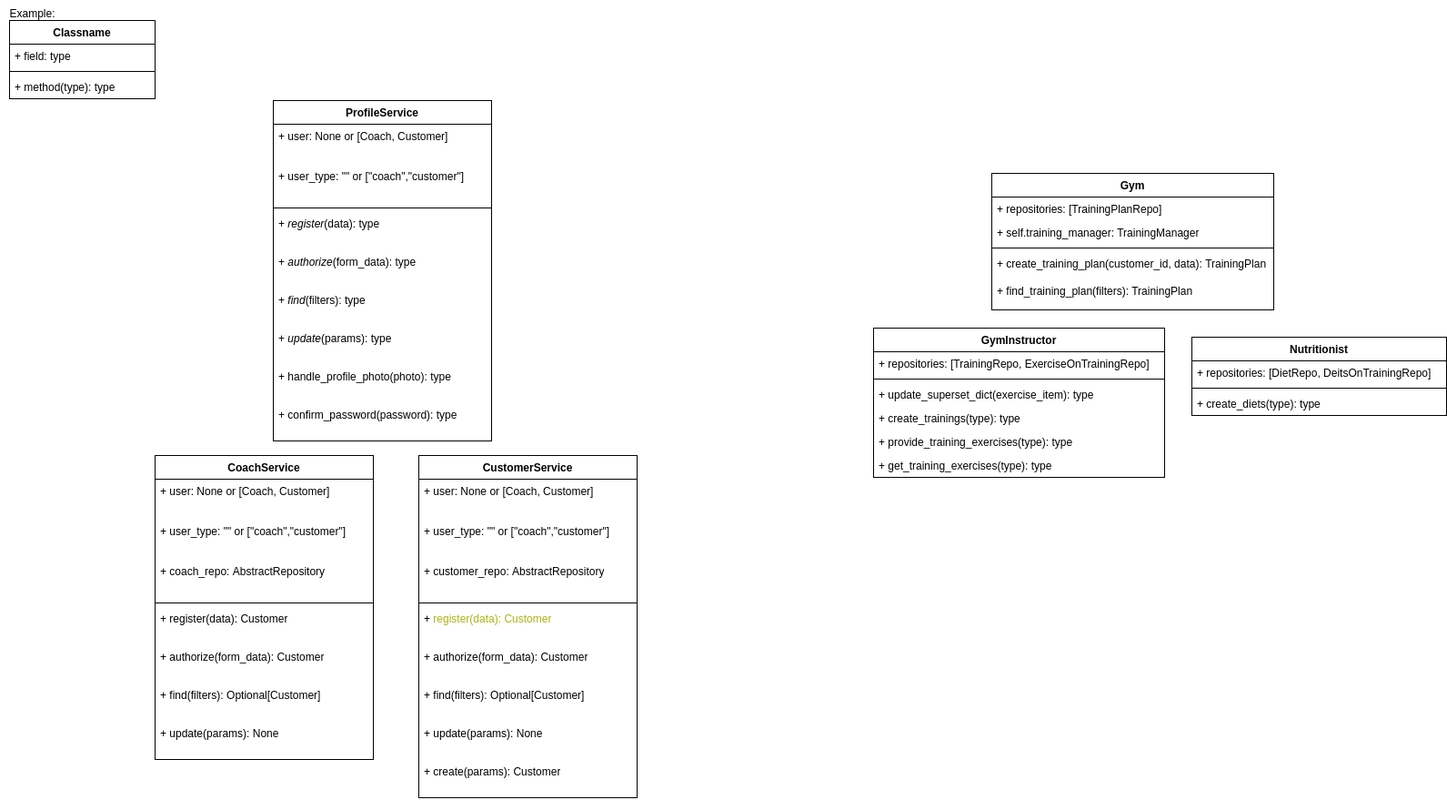
This is backend_architecture.drawio.png from baydinvladislav/as-coach, a draw.io export, as it was before one commit. Source tidied: cells renumbered, new cells last; positions are measured from the earlier drawing's top-left corner, leaving out a move shared by most shapes.
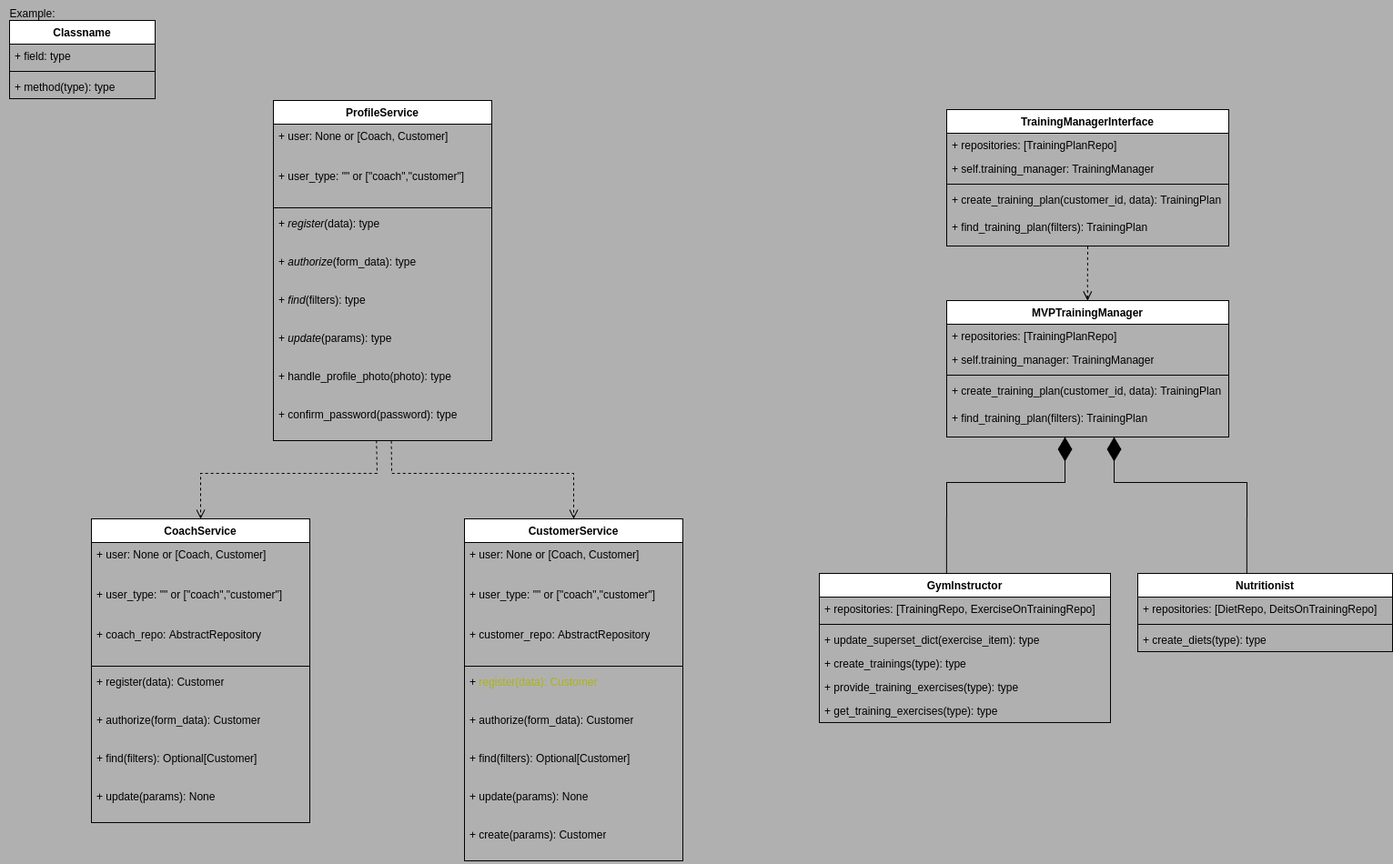
After the commit.

What changed in the source:
```diff
@@ -1,4 +1,4 @@
-<mxGraphModel>
+<mxGraphModel background="#B0B0B0">
   <root>
     <mxCell id="0" />
     <mxCell id="1" parent="0" />
@@ -47,8 +47,8 @@
     <mxCell id="16" value="+&amp;nbsp;confirm_password&lt;span style=&quot;background-color: initial;&quot;&gt;(password): type&lt;/span&gt;" style="text;strokeColor=none;fillColor=none;align=left;verticalAlign=top;spacingLeft=4;spacingRight=4;overflow=hidden;points=[[0,0.5],[1,0.5]];portConstraint=eastwest;whiteSpace=wrap;html=1;labelBackgroundColor=none;" parent="7" vertex="1">
       <mxGeometry y="332" width="240" height="42" as="geometry" />
     </mxCell>
-    <mxCell id="17" value="Gym" style="swimlane;fontStyle=1;align=center;verticalAlign=top;horizontal=1;startSize=26;whiteSpace=wrap;html=1;labelBackgroundColor=none;" parent="1" vertex="1">
-      <mxGeometry x="1090" y="190" width="310" height="150" as="geometry" />
+    <mxCell id="17" value="MVPTrainingManager" style="swimlane;fontStyle=1;align=center;verticalAlign=top;horizontal=1;startSize=26;whiteSpace=wrap;html=1;labelBackgroundColor=none;" parent="1" vertex="1">
+      <mxGeometry x="1040" y="330" width="310" height="150" as="geometry" />
     </mxCell>
     <mxCell id="18" value="+ repositories: [TrainingPlanRepo]" style="text;strokeColor=none;fillColor=none;align=left;verticalAlign=top;spacingLeft=4;spacingRight=4;overflow=hidden;whiteSpace=wrap;html=1;labelBackgroundColor=none;" parent="17" vertex="1">
       <mxGeometry y="26" width="310" height="26" as="geometry" />
@@ -66,7 +66,7 @@
       <mxGeometry y="116" width="310" height="34" as="geometry" />
     </mxCell>
     <mxCell id="23" value="Nutritionist" style="swimlane;fontStyle=1;align=center;verticalAlign=top;horizontal=1;startSize=26;whiteSpace=wrap;html=1;labelBackgroundColor=none;" parent="1" vertex="1">
-      <mxGeometry x="1310" y="370" width="280" height="86" as="geometry" />
+      <mxGeometry x="1250" y="630" width="280" height="86" as="geometry" />
     </mxCell>
     <mxCell id="24" value="+ repositories: [DietRepo, DeitsOnTrainingRepo]" style="text;strokeColor=none;fillColor=none;align=left;verticalAlign=top;spacingLeft=4;spacingRight=4;overflow=hidden;whiteSpace=wrap;html=1;labelBackgroundColor=none;" parent="23" vertex="1">
       <mxGeometry y="26" width="280" height="26" as="geometry" />
@@ -78,7 +78,7 @@
       <mxGeometry y="60" width="280" height="26" as="geometry" />
     </mxCell>
     <mxCell id="27" value="CoachService" style="swimlane;fontStyle=1;align=center;verticalAlign=top;horizontal=1;startSize=26;whiteSpace=wrap;html=1;labelBackgroundColor=none;" parent="1" vertex="1">
-      <mxGeometry x="170" y="500" width="240" height="334" as="geometry" />
+      <mxGeometry x="100" y="570" width="240" height="334" as="geometry" />
     </mxCell>
     <mxCell id="28" value="+&amp;nbsp;user&lt;span style=&quot;background-color: initial;&quot;&gt;: None or [Coach, Customer]&lt;/span&gt;" style="text;strokeColor=none;fillColor=none;align=left;verticalAlign=top;spacingLeft=4;spacingRight=4;overflow=hidden;whiteSpace=wrap;html=1;labelBackgroundColor=none;" parent="27" vertex="1">
       <mxGeometry y="26" width="240" height="44" as="geometry" />
@@ -105,7 +105,7 @@
       <mxGeometry y="292" width="240" height="42" as="geometry" />
     </mxCell>
     <mxCell id="36" value="CustomerService" style="swimlane;fontStyle=1;align=center;verticalAlign=top;horizontal=1;startSize=26;whiteSpace=wrap;html=1;labelBackgroundColor=none;" parent="1" vertex="1">
-      <mxGeometry x="460" y="500" width="240" height="376" as="geometry" />
+      <mxGeometry x="510" y="570" width="240" height="376" as="geometry" />
     </mxCell>
     <mxCell id="37" value="+&amp;nbsp;user&lt;span style=&quot;background-color: initial;&quot;&gt;: None or [Coach, Customer]&lt;/span&gt;" style="text;strokeColor=none;fillColor=none;align=left;verticalAlign=top;spacingLeft=4;spacingRight=4;overflow=hidden;whiteSpace=wrap;html=1;labelBackgroundColor=none;" parent="36" vertex="1">
       <mxGeometry y="26" width="240" height="44" as="geometry" />
@@ -135,7 +135,7 @@
       <mxGeometry y="334" width="240" height="42" as="geometry" />
     </mxCell>
     <mxCell id="46" value="GymInstructor" style="swimlane;fontStyle=1;align=center;verticalAlign=top;horizontal=1;startSize=26;whiteSpace=wrap;html=1;labelBackgroundColor=none;" parent="1" vertex="1">
-      <mxGeometry x="960" y="360" width="320" height="164" as="geometry" />
+      <mxGeometry x="900" y="630" width="320" height="164" as="geometry" />
     </mxCell>
     <mxCell id="47" value="+ repositories: [TrainingRepo, ExerciseOnTrainingRepo]" style="text;strokeColor=none;fillColor=none;align=left;verticalAlign=top;spacingLeft=4;spacingRight=4;overflow=hidden;whiteSpace=wrap;html=1;labelBackgroundColor=none;" parent="46" vertex="1">
       <mxGeometry y="26" width="320" height="26" as="geometry" />
@@ -155,5 +155,72 @@
     <mxCell id="52" value="+ get_training_exercises(type): type" style="text;strokeColor=none;fillColor=none;align=left;verticalAlign=top;spacingLeft=4;spacingRight=4;overflow=hidden;whiteSpace=wrap;html=1;labelBackgroundColor=none;" parent="46" vertex="1">
       <mxGeometry y="138" width="320" height="26" as="geometry" />
     </mxCell>
+    <mxCell id="53" value="&lt;br&gt;" style="html=1;verticalAlign=bottom;endArrow=open;dashed=1;endSize=8;curved=0;rounded=0;entryX=0.5;entryY=0;entryDx=0;entryDy=0;exitX=0.471;exitY=0.97;exitDx=0;exitDy=0;exitPerimeter=0;" parent="1" edge="1" source="16" target="27">
+      <mxGeometry relative="1" as="geometry">
+        <Array as="points">
+          <mxPoint x="414" y="520" />
+          <mxPoint x="220" y="520" />
+        </Array>
+      </mxGeometry>
+    </mxCell>
+    <mxCell id="54" style="html=1;verticalAlign=bottom;endArrow=open;dashed=1;endSize=8;curved=0;rounded=0;entryX=0.5;entryY=0;entryDx=0;entryDy=0;exitX=0.54;exitY=1.005;exitDx=0;exitDy=0;exitPerimeter=0;" parent="1" edge="1" source="16" target="36">
+      <mxGeometry relative="1" as="geometry">
+        <Array as="points">
+          <mxPoint x="430" y="520" />
+          <mxPoint x="630" y="520" />
+        </Array>
+      </mxGeometry>
+    </mxCell>
+    <mxCell id="55" value="TrainingManagerInterface" style="swimlane;fontStyle=1;align=center;verticalAlign=top;horizontal=1;startSize=26;whiteSpace=wrap;html=1;labelBackgroundColor=none;" parent="1" vertex="1">
+      <mxGeometry x="1040" y="120" width="310" height="150" as="geometry" />
+    </mxCell>
+    <mxCell id="56" value="+ repositories: [TrainingPlanRepo]" style="text;strokeColor=none;fillColor=none;align=left;verticalAlign=top;spacingLeft=4;spacingRight=4;overflow=hidden;whiteSpace=wrap;html=1;labelBackgroundColor=none;" parent="55" vertex="1">
+      <mxGeometry y="26" width="310" height="26" as="geometry" />
+    </mxCell>
+    <mxCell id="57" value="+ self.training_manager: TrainingManager" style="text;strokeColor=none;fillColor=none;align=left;verticalAlign=top;spacingLeft=4;spacingRight=4;overflow=hidden;whiteSpace=wrap;html=1;labelBackgroundColor=none;" parent="55" vertex="1">
+      <mxGeometry y="52" width="310" height="26" as="geometry" />
+    </mxCell>
+    <mxCell id="58" style="line;strokeWidth=1;fillColor=none;align=left;verticalAlign=middle;spacingTop=-1;spacingLeft=3;spacingRight=3;labelPosition=right;labelBackgroundColor=none;" parent="55" vertex="1">
+      <mxGeometry y="78" width="310" height="8" as="geometry" />
+    </mxCell>
+    <mxCell id="59" value="+ create_training_plan(customer_id, data):&amp;nbsp;TrainingPlan" style="text;strokeColor=none;fillColor=none;align=left;verticalAlign=top;spacingLeft=4;spacingRight=4;overflow=hidden;whiteSpace=wrap;html=1;labelBackgroundColor=none;" parent="55" vertex="1">
+      <mxGeometry y="86" width="310" height="30" as="geometry" />
+    </mxCell>
+    <mxCell id="60" value="+ find_training_plan(filters): TrainingPlan" style="text;strokeColor=none;fillColor=none;align=left;verticalAlign=top;spacingLeft=4;spacingRight=4;overflow=hidden;points=[[0,0.5],[1,0.5]];portConstraint=eastwest;whiteSpace=wrap;html=1;labelBackgroundColor=none;" parent="55" vertex="1">
+      <mxGeometry y="116" width="310" height="34" as="geometry" />
+    </mxCell>
+    <mxCell id="61" style="html=1;verticalAlign=bottom;endArrow=open;dashed=1;endSize=8;curved=0;rounded=0;exitX=0.5;exitY=1.012;exitDx=0;exitDy=0;exitPerimeter=0;" parent="1" edge="1" source="60">
+      <mxGeometry relative="1" as="geometry">
+        <mxPoint x="1194.8" y="330" as="targetPoint" />
+        <Array as="points">
+          <mxPoint x="1194.8" y="310" />
+        </Array>
+      </mxGeometry>
+    </mxCell>
+    <mxCell id="62" style="html=1;verticalAlign=bottom;endArrow=open;dashed=1;endSize=8;curved=0;rounded=0;exitX=0.5;exitY=1.012;exitDx=0;exitDy=0;exitPerimeter=0;entryX=0.5;entryY=0;entryDx=0;entryDy=0;" parent="1" edge="1" source="60" target="17">
+      <mxGeometry relative="1" as="geometry">
+        <Array as="points">
+          <mxPoint x="1194.8" y="310" />
+        </Array>
+      </mxGeometry>
+    </mxCell>
+    <mxCell id="63" style="endArrow=diamondThin;endFill=1;endSize=24;html=1;rounded=0;exitX=0.437;exitY=-0.001;exitDx=0;exitDy=0;exitPerimeter=0;" parent="1" edge="1" source="46">
+      <mxGeometry relative="1" as="geometry">
+        <mxPoint x="1170" y="480" as="targetPoint" />
+        <Array as="points">
+          <mxPoint x="1040" y="530" />
+          <mxPoint x="1170" y="530" />
+        </Array>
+      </mxGeometry>
+    </mxCell>
+    <mxCell id="64" style="endArrow=diamondThin;endFill=1;endSize=24;html=1;rounded=0;exitX=0.428;exitY=0.003;exitDx=0;exitDy=0;exitPerimeter=0;" parent="1" edge="1" source="23">
+      <mxGeometry relative="1" as="geometry">
+        <mxPoint x="1224" y="480" as="targetPoint" />
+        <Array as="points">
+          <mxPoint x="1370" y="530" />
+          <mxPoint x="1224" y="530" />
+        </Array>
+      </mxGeometry>
+    </mxCell>
   </root>
 </mxGraphModel>
```
